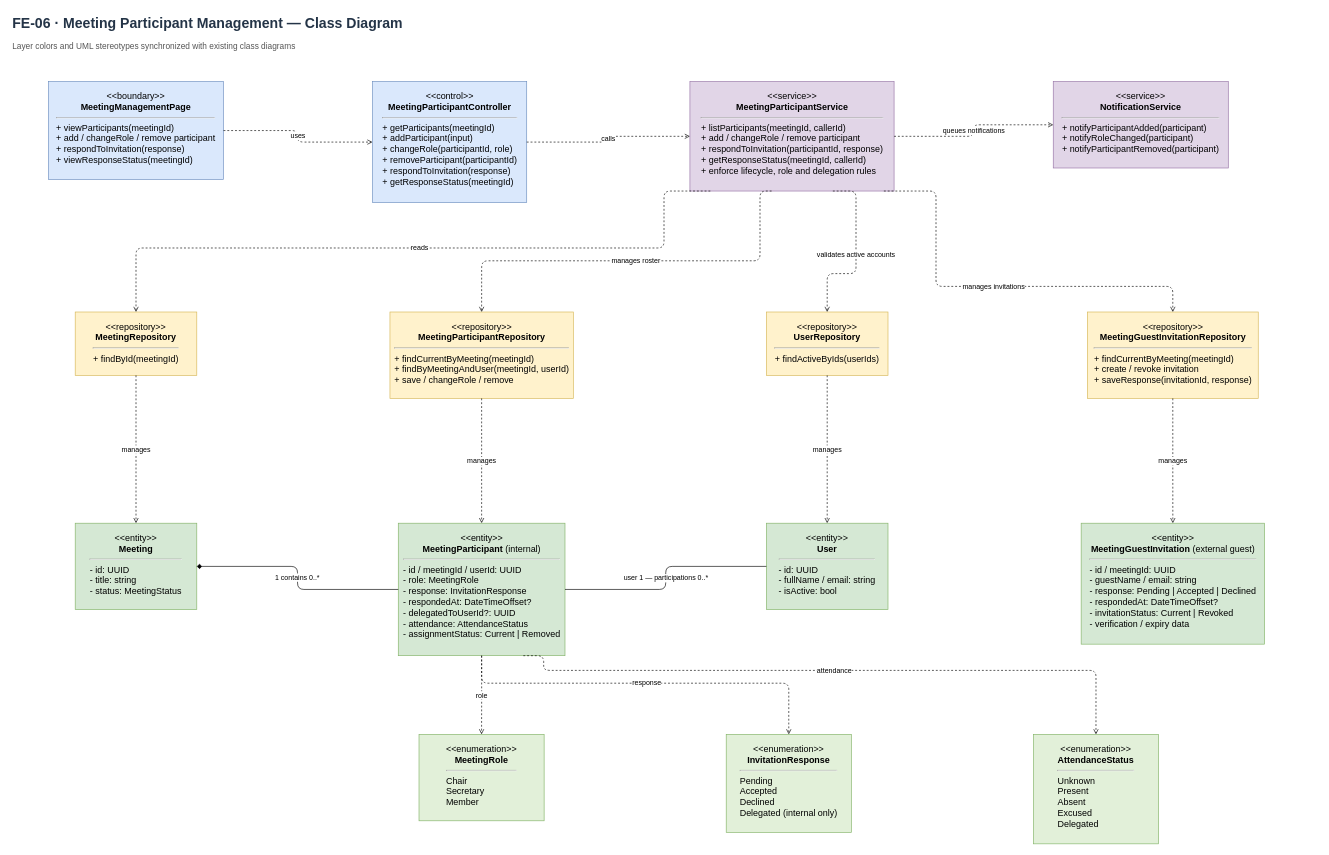
Before: docs/07-classdiagram/feature-06-meeting-participant-management-class-diagram.drawio in callmehai/FU-FA26-G116, a draw.io diagram. Source tidied: cells renumbered, new cells numbered last; positions are measured from the earlier drawing's top-left corner, leaving out a move shared by most shapes. Both pictures are drawn from the tidied source at 64%, with x=0, y=0 at pixel (11, 11).
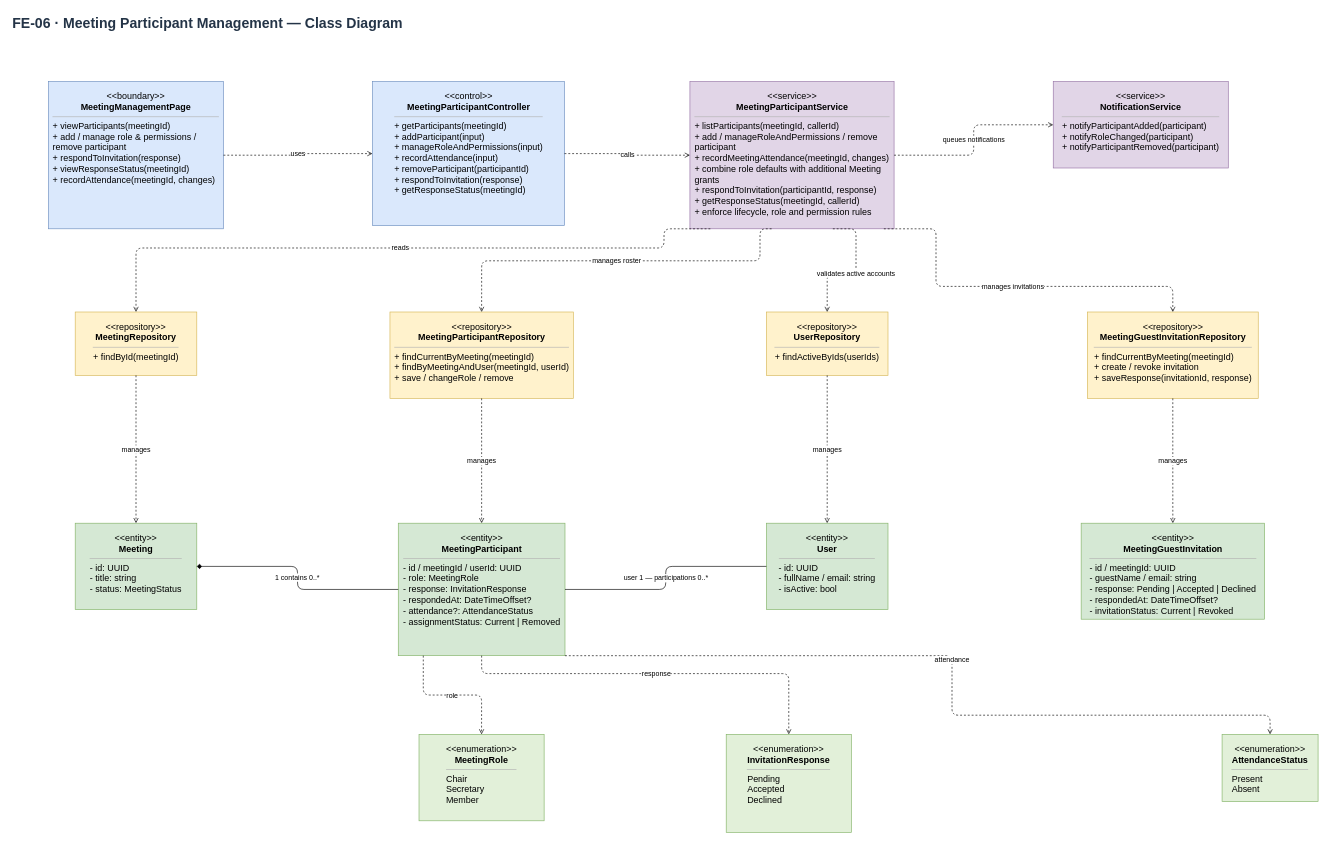
The same diagram, later.

Commit message (it also covers changes not shown here):
[Doc]: Update class diagram for Feature 05-06

Change to the diagram source:
```diff
@@
-    <mxCell id="3" value="Layer colors and UML stereotypes synchronized with existing class diagrams" style="text;html=1;align=left;verticalAlign=middle;fontSize=13;fontColor=#555555;" parent="1" vertex="1">
-      <mxGeometry y="40" width="2040" height="28" as="geometry" />
-    </mxCell>
-    <mxCell id="4" value="&lt;div style=&quot;text-align:center&quot;&gt;&amp;lt;&amp;lt;boundary&amp;gt;&amp;gt;&lt;br&gt;&lt;b&gt;MeetingManagementPage&lt;/b&gt;&lt;/div&gt;&lt;hr&gt;&lt;div style=&quot;text-align:left&quot;&gt;+ viewParticipants(meetingId)&lt;br&gt;+ add / changeRole / remove participant&lt;br&gt;+ respondToInvitation(response)&lt;br&gt;+ viewResponseStatus(meetingId)&lt;/div&gt;" style="rounded=0;whiteSpace=wrap;html=1;fillColor=#dae8fc;strokeColor=#6c8ebf;align=center;verticalAlign=top;spacingTop=8;spacingLeft=6;spacingRight=6;fontSize=14;" parent="1" vertex="1">
-      <mxGeometry x="58.2" y="110" width="273.5" height="153" as="geometry" />
+    <mxCell id="4" value="&lt;div style=&quot;text-align:center&quot;&gt;&amp;lt;&amp;lt;boundary&amp;gt;&amp;gt;&lt;br&gt;&lt;b&gt;MeetingManagementPage&lt;/b&gt;&lt;/div&gt;&lt;hr style=&quot;width:100%;height:0;border:0;border-top:1px solid #b3b3b3;margin:6px 0;&quot;&gt;&lt;div style=&quot;text-align:left&quot;&gt;+ viewParticipants(meetingId)&lt;br&gt;+ add / manage role &amp; permissions / remove participant&lt;br&gt;+ respondToInvitation(response)&lt;br&gt;+ viewResponseStatus(meetingId)&lt;br&gt;+ recordAttendance(meetingId, changes)&lt;/div&gt;" style="rounded=0;whiteSpace=wrap;html=1;fillColor=#dae8fc;strokeColor=#6c8ebf;align=center;verticalAlign=top;spacingTop=8;spacingLeft=6;spacingRight=6;fontSize=14;" parent="1" vertex="1">
+      <mxGeometry x="58.2" y="110" width="273.5" height="230" as="geometry" />
     </mxCell>
-    <mxCell id="5" value="&lt;div style=&quot;text-align:center&quot;&gt;&amp;lt;&amp;lt;control&amp;gt;&amp;gt;&lt;br&gt;&lt;b&gt;MeetingParticipantController&lt;/b&gt;&lt;/div&gt;&lt;hr&gt;&lt;div style=&quot;text-align:left&quot;&gt;+ getParticipants(meetingId)&lt;br&gt;+ addParticipant(input)&lt;br&gt;+ changeRole(participantId, role)&lt;br&gt;+ removeParticipant(participantId)&lt;br&gt;+ respondToInvitation(response)&lt;br&gt;+ getResponseStatus(meetingId)&lt;/div&gt;" style="rounded=0;whiteSpace=wrap;html=1;fillColor=#dae8fc;strokeColor=#6c8ebf;align=center;verticalAlign=top;spacingTop=8;spacingLeft=6;spacingRight=6;fontSize=14;" parent="1" vertex="1">
-      <mxGeometry x="564.5" y="110" width="241" height="189" as="geometry" />
+    <mxCell id="5" value="&lt;div style=&quot;text-align:center&quot;&gt;&amp;lt;&amp;lt;control&amp;gt;&amp;gt;&lt;br&gt;&lt;b&gt;MeetingParticipantController&lt;/b&gt;&lt;/div&gt;&lt;hr style=&quot;width:100%;height:0;border:0;border-top:1px solid #b3b3b3;margin:6px 0;&quot;&gt;&lt;div style=&quot;text-align:left&quot;&gt;+ getParticipants(meetingId)&lt;br&gt;+ addParticipant(input)&lt;br&gt;+ manageRoleAndPermissions(input)&lt;br&gt;+ recordAttendance(input)&lt;br&gt;+ removeParticipant(participantId)&lt;br&gt;+ respondToInvitation(response)&lt;br&gt;+ getResponseStatus(meetingId)&lt;/div&gt;" style="rounded=0;whiteSpace=wrap;html=1;fillColor=#dae8fc;strokeColor=#6c8ebf;align=center;verticalAlign=top;spacingTop=8;spacingLeft=6;spacingRight=6;fontSize=14;" parent="1" vertex="1">
+      <mxGeometry x="564.5" y="110" width="300" height="225" as="geometry" />
     </mxCell>
-    <mxCell id="6" value="&lt;div style=&quot;text-align:center&quot;&gt;&amp;lt;&amp;lt;service&amp;gt;&amp;gt;&lt;br&gt;&lt;b&gt;MeetingParticipantService&lt;/b&gt;&lt;/div&gt;&lt;hr&gt;&lt;div style=&quot;text-align:left&quot;&gt;+ listParticipants(meetingId, callerId)&lt;br&gt;+ add / changeRole / remove participant&lt;br&gt;+ respondToInvitation(participantId, response)&lt;br&gt;+ getResponseStatus(meetingId, callerId)&lt;br&gt;+ enforce lifecycle, role and delegation rules&lt;/div&gt;" style="rounded=0;whiteSpace=wrap;html=1;fillColor=#e1d5e7;strokeColor=#9673a6;align=center;verticalAlign=top;spacingTop=8;spacingLeft=6;spacingRight=6;fontSize=14;" parent="1" vertex="1">
-      <mxGeometry x="1060.5" y="110" width="319" height="171" as="geometry" />
+    <mxCell id="6" value="&lt;div style=&quot;text-align:center&quot;&gt;&amp;lt;&amp;lt;service&amp;gt;&amp;gt;&lt;br&gt;&lt;b&gt;MeetingParticipantService&lt;/b&gt;&lt;/div&gt;&lt;hr style=&quot;width:100%;height:0;border:0;border-top:1px solid #b3b3b3;margin:6px 0;&quot;&gt;&lt;div style=&quot;text-align:left&quot;&gt;+ listParticipants(meetingId, callerId)&lt;br&gt;+ add / manageRoleAndPermissions / remove participant&lt;br&gt;+ recordMeetingAttendance(meetingId, changes)&lt;br&gt;+ combine role defaults with additional Meeting grants&lt;br&gt;+ respondToInvitation(participantId, response)&lt;br&gt;+ getResponseStatus(meetingId, callerId)&lt;br&gt;+ enforce lifecycle, role and permission rules&lt;/div&gt;" style="rounded=0;whiteSpace=wrap;html=1;fillColor=#e1d5e7;strokeColor=#9673a6;align=center;verticalAlign=top;spacingTop=8;spacingLeft=6;spacingRight=6;fontSize=14;" parent="1" vertex="1">
+      <mxGeometry x="1060.5" y="110" width="319" height="230" as="geometry" />
     </mxCell>
-    <mxCell id="7" value="&lt;div style=&quot;text-align:center&quot;&gt;&amp;lt;&amp;lt;service&amp;gt;&amp;gt;&lt;br&gt;&lt;b&gt;NotificationService&lt;/b&gt;&lt;/div&gt;&lt;hr&gt;&lt;div style=&quot;text-align:left&quot;&gt;+ notifyParticipantAdded(participant)&lt;br&gt;+ notifyRoleChanged(participant)&lt;br&gt;+ notifyParticipantRemoved(participant)&lt;/div&gt;" style="rounded=0;whiteSpace=wrap;html=1;fillColor=#e1d5e7;strokeColor=#9673a6;align=center;verticalAlign=top;spacingTop=8;spacingLeft=6;spacingRight=6;fontSize=14;" parent="1" vertex="1">
+    <mxCell id="7" value="&lt;div style=&quot;text-align:center&quot;&gt;&amp;lt;&amp;lt;service&amp;gt;&amp;gt;&lt;br&gt;&lt;b&gt;NotificationService&lt;/b&gt;&lt;/div&gt;&lt;hr style=&quot;width:100%;height:0;border:0;border-top:1px solid #b3b3b3;margin:6px 0;&quot;&gt;&lt;div style=&quot;text-align:left&quot;&gt;+ notifyParticipantAdded(participant)&lt;br&gt;+ notifyRoleChanged(participant)&lt;br&gt;+ notifyParticipantRemoved(participant)&lt;/div&gt;" style="rounded=0;whiteSpace=wrap;html=1;fillColor=#e1d5e7;strokeColor=#9673a6;align=center;verticalAlign=top;spacingTop=8;spacingLeft=6;spacingRight=6;fontSize=14;" parent="1" vertex="1">
       <mxGeometry x="1628.2" y="110" width="273.5" height="135" as="geometry" />
     </mxCell>
-    <mxCell id="8" value="&lt;div style=&quot;text-align:center&quot;&gt;&amp;lt;&amp;lt;repository&amp;gt;&amp;gt;&lt;br&gt;&lt;b&gt;MeetingRepository&lt;/b&gt;&lt;/div&gt;&lt;hr&gt;&lt;div style=&quot;text-align:left&quot;&gt;+ findById(meetingId)&lt;/div&gt;" style="rounded=0;whiteSpace=wrap;html=1;fillColor=#fff2cc;strokeColor=#d6b656;align=center;verticalAlign=top;spacingTop=8;spacingLeft=6;spacingRight=6;fontSize=14;" parent="1" vertex="1">
+    <mxCell id="8" value="&lt;div style=&quot;text-align:center&quot;&gt;&amp;lt;&amp;lt;repository&amp;gt;&amp;gt;&lt;br&gt;&lt;b&gt;MeetingRepository&lt;/b&gt;&lt;/div&gt;&lt;hr style=&quot;width:100%;height:0;border:0;border-top:1px solid #b3b3b3;margin:6px 0;&quot;&gt;&lt;div style=&quot;text-align:left&quot;&gt;+ findById(meetingId)&lt;/div&gt;" style="rounded=0;whiteSpace=wrap;html=1;fillColor=#fff2cc;strokeColor=#d6b656;align=center;verticalAlign=top;spacingTop=8;spacingLeft=6;spacingRight=6;fontSize=14;" parent="1" vertex="1">
       <mxGeometry x="100" y="470" width="190" height="99" as="geometry" />
     </mxCell>
-    <mxCell id="9" value="&lt;div style=&quot;text-align:center&quot;&gt;&amp;lt;&amp;lt;repository&amp;gt;&amp;gt;&lt;br&gt;&lt;b&gt;MeetingParticipantRepository&lt;/b&gt;&lt;/div&gt;&lt;hr&gt;&lt;div style=&quot;text-align:left&quot;&gt;+ findCurrentByMeeting(meetingId)&lt;br&gt;+ findByMeetingAndUser(meetingId, userId)&lt;br&gt;+ save / changeRole / remove&lt;/div&gt;" style="rounded=0;whiteSpace=wrap;html=1;fillColor=#fff2cc;strokeColor=#d6b656;align=center;verticalAlign=top;spacingTop=8;spacingLeft=6;spacingRight=6;fontSize=14;" parent="1" vertex="1">
+    <mxCell id="9" value="&lt;div style=&quot;text-align:center&quot;&gt;&amp;lt;&amp;lt;repository&amp;gt;&amp;gt;&lt;br&gt;&lt;b&gt;MeetingParticipantRepository&lt;/b&gt;&lt;/div&gt;&lt;hr style=&quot;width:100%;height:0;border:0;border-top:1px solid #b3b3b3;margin:6px 0;&quot;&gt;&lt;div style=&quot;text-align:left&quot;&gt;+ findCurrentByMeeting(meetingId)&lt;br&gt;+ findByMeetingAndUser(meetingId, userId)&lt;br&gt;+ save / changeRole / remove&lt;/div&gt;" style="rounded=0;whiteSpace=wrap;html=1;fillColor=#fff2cc;strokeColor=#d6b656;align=center;verticalAlign=top;spacingTop=8;spacingLeft=6;spacingRight=6;fontSize=14;" parent="1" vertex="1">
       <mxGeometry x="591.8" y="470" width="286.5" height="135" as="geometry" />
     </mxCell>
-    <mxCell id="10" value="&lt;div style=&quot;text-align:center&quot;&gt;&amp;lt;&amp;lt;repository&amp;gt;&amp;gt;&lt;br&gt;&lt;b&gt;UserRepository&lt;/b&gt;&lt;/div&gt;&lt;hr&gt;&lt;div style=&quot;text-align:left&quot;&gt;+ findActiveByIds(userIds)&lt;/div&gt;" style="rounded=0;whiteSpace=wrap;html=1;fillColor=#fff2cc;strokeColor=#d6b656;align=center;verticalAlign=top;spacingTop=8;spacingLeft=6;spacingRight=6;fontSize=14;" parent="1" vertex="1">
+    <mxCell id="10" value="&lt;div style=&quot;text-align:center&quot;&gt;&amp;lt;&amp;lt;repository&amp;gt;&amp;gt;&lt;br&gt;&lt;b&gt;UserRepository&lt;/b&gt;&lt;/div&gt;&lt;hr style=&quot;width:100%;height:0;border:0;border-top:1px solid #b3b3b3;margin:6px 0;&quot;&gt;&lt;div style=&quot;text-align:left&quot;&gt;+ findActiveByIds(userIds)&lt;/div&gt;" style="rounded=0;whiteSpace=wrap;html=1;fillColor=#fff2cc;strokeColor=#d6b656;align=center;verticalAlign=top;spacingTop=8;spacingLeft=6;spacingRight=6;fontSize=14;" parent="1" vertex="1">
       <mxGeometry x="1180" y="470" width="190" height="99" as="geometry" />
     </mxCell>
-    <mxCell id="11" value="&lt;div style=&quot;text-align:center&quot;&gt;&amp;lt;&amp;lt;repository&amp;gt;&amp;gt;&lt;br&gt;&lt;b&gt;MeetingGuestInvitationRepository&lt;/b&gt;&lt;/div&gt;&lt;hr&gt;&lt;div style=&quot;text-align:left&quot;&gt;+ findCurrentByMeeting(meetingId)&lt;br&gt;+ create / revoke invitation&lt;br&gt;+ saveResponse(invitationId, response)&lt;/div&gt;" style="rounded=0;whiteSpace=wrap;html=1;fillColor=#fff2cc;strokeColor=#d6b656;align=center;verticalAlign=top;spacingTop=8;spacingLeft=6;spacingRight=6;fontSize=14;" parent="1" vertex="1">
+    <mxCell id="11" value="&lt;div style=&quot;text-align:center&quot;&gt;&amp;lt;&amp;lt;repository&amp;gt;&amp;gt;&lt;br&gt;&lt;b&gt;MeetingGuestInvitationRepository&lt;/b&gt;&lt;/div&gt;&lt;hr style=&quot;width:100%;height:0;border:0;border-top:1px solid #b3b3b3;margin:6px 0;&quot;&gt;&lt;div style=&quot;text-align:left&quot;&gt;+ findCurrentByMeeting(meetingId)&lt;br&gt;+ create / revoke invitation&lt;br&gt;+ saveResponse(invitationId, response)&lt;/div&gt;" style="rounded=0;whiteSpace=wrap;html=1;fillColor=#fff2cc;strokeColor=#d6b656;align=center;verticalAlign=top;spacingTop=8;spacingLeft=6;spacingRight=6;fontSize=14;" parent="1" vertex="1">
       <mxGeometry x="1681.5" y="470" width="267" height="135" as="geometry" />
     </mxCell>
-    <mxCell id="12" value="&lt;div style=&quot;text-align:center&quot;&gt;&amp;lt;&amp;lt;entity&amp;gt;&amp;gt;&lt;br&gt;&lt;b&gt;Meeting&lt;/b&gt;&lt;/div&gt;&lt;hr&gt;&lt;div style=&quot;text-align:left&quot;&gt;- id: UUID&lt;br&gt;- title: string&lt;br&gt;- status: MeetingStatus&lt;/div&gt;" style="rounded=0;whiteSpace=wrap;html=1;fillColor=#d5e8d4;strokeColor=#82b366;align=center;verticalAlign=top;spacingTop=8;spacingLeft=6;spacingRight=6;fontSize=14;" parent="1" vertex="1">
+    <mxCell id="12" value="&lt;div style=&quot;text-align:center&quot;&gt;&amp;lt;&amp;lt;entity&amp;gt;&amp;gt;&lt;br&gt;&lt;b&gt;Meeting&lt;/b&gt;&lt;/div&gt;&lt;hr style=&quot;width:100%;height:0;border:0;border-top:1px solid #b3b3b3;margin:6px 0;&quot;&gt;&lt;div style=&quot;text-align:left&quot;&gt;- id: UUID&lt;br&gt;- title: string&lt;br&gt;- status: MeetingStatus&lt;/div&gt;" style="rounded=0;whiteSpace=wrap;html=1;fillColor=#d5e8d4;strokeColor=#82b366;align=center;verticalAlign=top;spacingTop=8;spacingLeft=6;spacingRight=6;fontSize=14;" parent="1" vertex="1">
       <mxGeometry x="100" y="800" width="190" height="135" as="geometry" />
     </mxCell>
-    <mxCell id="13" value="&lt;div style=&quot;text-align:center&quot;&gt;&amp;lt;&amp;lt;entity&amp;gt;&amp;gt;&lt;br&gt;&lt;b&gt;MeetingParticipant&lt;/b&gt; (internal)&lt;/div&gt;&lt;hr&gt;&lt;div style=&quot;text-align:left&quot;&gt;- id / meetingId / userId: UUID&lt;br&gt;- role: MeetingRole&lt;br&gt;- response: InvitationResponse&lt;br&gt;- respondedAt: DateTimeOffset?&lt;br&gt;- delegatedToUserId?: UUID&lt;br&gt;- attendance: AttendanceStatus&lt;br&gt;- assignmentStatus: Current | Removed&lt;/div&gt;" style="rounded=0;whiteSpace=wrap;html=1;fillColor=#d5e8d4;strokeColor=#82b366;align=center;verticalAlign=top;spacingTop=8;spacingLeft=6;spacingRight=6;fontSize=14;" parent="1" vertex="1">
+    <mxCell id="13" value="&lt;div style=&quot;text-align:center&quot;&gt;&amp;lt;&amp;lt;entity&amp;gt;&amp;gt;&lt;br&gt;&lt;b&gt;MeetingParticipant&lt;/b&gt;&lt;/div&gt;&lt;hr style=&quot;width:100%;height:0;border:0;border-top:1px solid #b3b3b3;margin:6px 0;&quot;&gt;&lt;div style=&quot;text-align:left&quot;&gt;- id / meetingId / userId: UUID&lt;br&gt;- role: MeetingRole&lt;br&gt;- response: InvitationResponse&lt;br&gt;- respondedAt: DateTimeOffset?&lt;br&gt;- attendance?: AttendanceStatus&lt;br&gt;- assignmentStatus: Current | Removed&lt;/div&gt;" style="rounded=0;whiteSpace=wrap;html=1;fillColor=#d5e8d4;strokeColor=#82b366;align=center;verticalAlign=top;spacingTop=8;spacingLeft=6;spacingRight=6;fontSize=14;" parent="1" vertex="1">
       <mxGeometry x="604.8" y="800" width="260.5" height="207" as="geometry" />
     </mxCell>
-    <mxCell id="14" value="&lt;div style=&quot;text-align:center&quot;&gt;&amp;lt;&amp;lt;entity&amp;gt;&amp;gt;&lt;br&gt;&lt;b&gt;User&lt;/b&gt;&lt;/div&gt;&lt;hr&gt;&lt;div style=&quot;text-align:left&quot;&gt;- id: UUID&lt;br&gt;- fullName / email: string&lt;br&gt;- isActive: bool&lt;/div&gt;" style="rounded=0;whiteSpace=wrap;html=1;fillColor=#d5e8d4;strokeColor=#82b366;align=center;verticalAlign=top;spacingTop=8;spacingLeft=6;spacingRight=6;fontSize=14;" parent="1" vertex="1">
+    <mxCell id="14" value="&lt;div style=&quot;text-align:center&quot;&gt;&amp;lt;&amp;lt;entity&amp;gt;&amp;gt;&lt;br&gt;&lt;b&gt;User&lt;/b&gt;&lt;/div&gt;&lt;hr style=&quot;width:100%;height:0;border:0;border-top:1px solid #b3b3b3;margin:6px 0;&quot;&gt;&lt;div style=&quot;text-align:left&quot;&gt;- id: UUID&lt;br&gt;- fullName / email: string&lt;br&gt;- isActive: bool&lt;/div&gt;" style="rounded=0;whiteSpace=wrap;html=1;fillColor=#d5e8d4;strokeColor=#82b366;align=center;verticalAlign=top;spacingTop=8;spacingLeft=6;spacingRight=6;fontSize=14;" parent="1" vertex="1">
       <mxGeometry x="1180" y="800" width="190" height="135" as="geometry" />
     </mxCell>
-    <mxCell id="15" value="&lt;div style=&quot;text-align:center&quot;&gt;&amp;lt;&amp;lt;entity&amp;gt;&amp;gt;&lt;br&gt;&lt;b&gt;MeetingGuestInvitation&lt;/b&gt; (external guest)&lt;/div&gt;&lt;hr&gt;&lt;div style=&quot;text-align:left&quot;&gt;- id / meetingId: UUID&lt;br&gt;- guestName / email: string&lt;br&gt;- response: Pending | Accepted | Declined&lt;br&gt;- respondedAt: DateTimeOffset?&lt;br&gt;- invitationStatus: Current | Revoked&lt;br&gt;- verification / expiry data&lt;/div&gt;" style="rounded=0;whiteSpace=wrap;html=1;fillColor=#d5e8d4;strokeColor=#82b366;align=center;verticalAlign=top;spacingTop=8;spacingLeft=6;spacingRight=6;fontSize=14;" parent="1" vertex="1">
-      <mxGeometry x="1671.8" y="800" width="286.5" height="189" as="geometry" />
+    <mxCell id="15" value="&lt;div style=&quot;text-align:center&quot;&gt;&amp;lt;&amp;lt;entity&amp;gt;&amp;gt;&lt;br&gt;&lt;b&gt;MeetingGuestInvitation&lt;/b&gt;&lt;/div&gt;&lt;hr style=&quot;width:100%;height:0;border:0;border-top:1px solid #b3b3b3;margin:6px 0;&quot;&gt;&lt;div style=&quot;text-align:left&quot;&gt;- id / meetingId: UUID&lt;br&gt;- guestName / email: string&lt;br&gt;- response: Pending | Accepted | Declined&lt;br&gt;- respondedAt: DateTimeOffset?&lt;br&gt;- invitationStatus: Current | Revoked&lt;/div&gt;" style="rounded=0;whiteSpace=wrap;html=1;fillColor=#d5e8d4;strokeColor=#82b366;align=center;verticalAlign=top;spacingTop=8;spacingLeft=6;spacingRight=6;fontSize=14;" parent="1" vertex="1">
+      <mxGeometry x="1671.8" y="800" width="286.5" height="150" as="geometry" />
     </mxCell>
-    <mxCell id="16" value="&lt;div style=&quot;text-align:center&quot;&gt;&amp;lt;&amp;lt;enumeration&amp;gt;&amp;gt;&lt;br&gt;&lt;b&gt;MeetingRole&lt;/b&gt;&lt;/div&gt;&lt;hr&gt;&lt;div style=&quot;text-align:left&quot;&gt;Chair&lt;br&gt;Secretary&lt;br&gt;Member&lt;/div&gt;" style="rounded=0;whiteSpace=wrap;html=1;fillColor=#e2f0d9;strokeColor=#82b366;align=center;verticalAlign=top;spacingTop=8;spacingLeft=6;spacingRight=6;fontSize=14;" parent="1" vertex="1">
+    <mxCell id="16" value="&lt;div style=&quot;text-align:center&quot;&gt;&amp;lt;&amp;lt;enumeration&amp;gt;&amp;gt;&lt;br&gt;&lt;b&gt;MeetingRole&lt;/b&gt;&lt;/div&gt;&lt;hr style=&quot;width:100%;height:0;border:0;border-top:1px solid #b3b3b3;margin:6px 0;&quot;&gt;&lt;div style=&quot;text-align:left&quot;&gt;Chair&lt;br&gt;Secretary&lt;br&gt;Member&lt;/div&gt;" style="rounded=0;whiteSpace=wrap;html=1;fillColor=#e2f0d9;strokeColor=#82b366;align=center;verticalAlign=top;spacingTop=8;spacingLeft=6;spacingRight=6;fontSize=14;" parent="1" vertex="1">
       <mxGeometry x="637.2" y="1130" width="195.5" height="135" as="geometry" />
     </mxCell>
-    <mxCell id="17" value="&lt;div style=&quot;text-align:center&quot;&gt;&amp;lt;&amp;lt;enumeration&amp;gt;&amp;gt;&lt;br&gt;&lt;b&gt;InvitationResponse&lt;/b&gt;&lt;/div&gt;&lt;hr&gt;&lt;div style=&quot;text-align:left&quot;&gt;Pending&lt;br&gt;Accepted&lt;br&gt;Declined&lt;br&gt;Delegated (internal only)&lt;/div&gt;" style="rounded=0;whiteSpace=wrap;html=1;fillColor=#e2f0d9;strokeColor=#82b366;align=center;verticalAlign=top;spacingTop=8;spacingLeft=6;spacingRight=6;fontSize=14;" parent="1" vertex="1">
+    <mxCell id="17" value="&lt;div style=&quot;text-align:center&quot;&gt;&amp;lt;&amp;lt;enumeration&amp;gt;&amp;gt;&lt;br&gt;&lt;b&gt;InvitationResponse&lt;/b&gt;&lt;/div&gt;&lt;hr style=&quot;width:100%;height:0;border:0;border-top:1px solid #b3b3b3;margin:6px 0;&quot;&gt;&lt;div style=&quot;text-align:left&quot;&gt;Pending&lt;br&gt;Accepted&lt;br&gt;Declined&lt;/div&gt;" style="rounded=0;whiteSpace=wrap;html=1;fillColor=#e2f0d9;strokeColor=#82b366;align=center;verticalAlign=top;spacingTop=8;spacingLeft=6;spacingRight=6;fontSize=14;" parent="1" vertex="1">
       <mxGeometry x="1117.2" y="1130" width="195.5" height="153" as="geometry" />
     </mxCell>
-    <mxCell id="18" value="&lt;div style=&quot;text-align:center&quot;&gt;&amp;lt;&amp;lt;enumeration&amp;gt;&amp;gt;&lt;br&gt;&lt;b&gt;AttendanceStatus&lt;/b&gt;&lt;/div&gt;&lt;hr&gt;&lt;div style=&quot;text-align:left&quot;&gt;Unknown&lt;br&gt;Present&lt;br&gt;Absent&lt;br&gt;Excused&lt;br&gt;Delegated&lt;/div&gt;" style="rounded=0;whiteSpace=wrap;html=1;fillColor=#e2f0d9;strokeColor=#82b366;align=center;verticalAlign=top;spacingTop=8;spacingLeft=6;spacingRight=6;fontSize=14;" parent="1" vertex="1">
-      <mxGeometry x="1597.2" y="1130" width="195.5" height="171" as="geometry" />
+    <mxCell id="18" value="&lt;div style=&quot;text-align:center&quot;&gt;&amp;lt;&amp;lt;enumeration&amp;gt;&amp;gt;&lt;br&gt;&lt;b&gt;AttendanceStatus&lt;/b&gt;&lt;/div&gt;&lt;hr style=&quot;width:100%;height:0;border:0;border-top:1px solid #b3b3b3;margin:6px 0;&quot;&gt;&lt;div style=&quot;text-align:left&quot;&gt;Present&lt;br&gt;Absent&lt;/div&gt;" style="rounded=0;whiteSpace=wrap;html=1;fillColor=#e2f0d9;strokeColor=#82b366;align=center;verticalAlign=top;spacingTop=8;spacingLeft=6;spacingRight=6;fontSize=14;" parent="1" vertex="1">
+      <mxGeometry x="1892" y="1130" width="150" height="105" as="geometry" />
     </mxCell>
@@
-    <mxCell id="32" value="role" style="edgeStyle=orthogonalEdgeStyle;rounded=1;jettySize=auto;html=1;dashed=1;endArrow=open;exitX=0.5;exitY=1;entryX=0.5;entryY=0;" parent="1" edge="1" source="13" target="16">
+    <mxCell id="32" value="role" style="edgeStyle=orthogonalEdgeStyle;rounded=1;jettySize=auto;html=1;dashed=1;endArrow=open;exitX=0.15;exitY=1;entryX=0.5;entryY=0;" parent="1" edge="1" source="13" target="16">
       <mxGeometry relative="1" as="geometry" />
     </mxCell>
     <mxCell id="33" value="response" style="edgeStyle=orthogonalEdgeStyle;rounded=1;jettySize=auto;html=1;dashed=1;endArrow=open;exitX=0.5;exitY=1;entryX=0.5;entryY=0;" parent="1" edge="1" source="13" target="17">
       <mxGeometry relative="1" as="geometry">
         <Array as="points">
-          <mxPoint x="735" y="1050" />
-          <mxPoint x="1215" y="1050" />
+          <mxPoint x="735" y="1035" />
+          <mxPoint x="1215" y="1035" />
         </Array>
       </mxGeometry>
     </mxCell>
-    <mxCell id="34" value="attendance" style="edgeStyle=orthogonalEdgeStyle;rounded=1;jettySize=auto;html=1;dashed=1;endArrow=open;exitX=0.75;exitY=1;entryX=0.5;entryY=0;" parent="1" edge="1" source="13" target="18">
+    <mxCell id="34" value="attendance" style="edgeStyle=orthogonalEdgeStyle;rounded=1;jettySize=auto;html=1;dashed=1;endArrow=open;exitX=1;exitY=1;entryX=0.5;entryY=0;" parent="1" edge="1" source="13" target="18">
       <mxGeometry relative="1" as="geometry">
         <Array as="points">
-          <mxPoint x="832" y="1030" />
-          <mxPoint x="1695" y="1030" />
+          <mxPoint x="1470" y="1007" />
+          <mxPoint x="1470" y="1100" />
+          <mxPoint x="1967" y="1100" />
         </Array>
       </mxGeometry>
     </mxCell>
```
